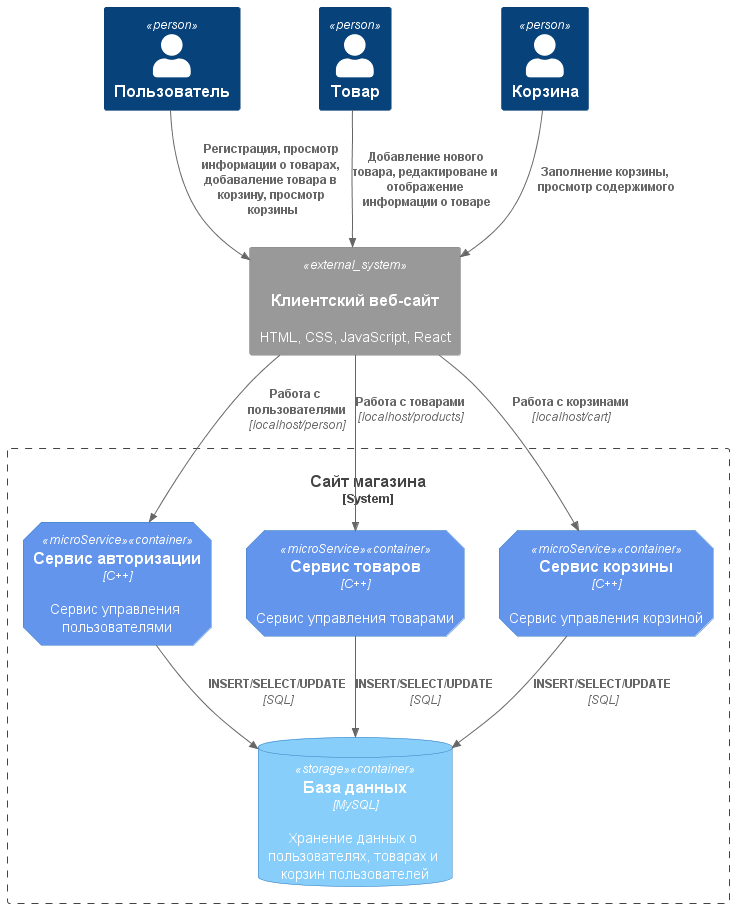
Above: out/components/components_diagram.png in jwtkms/mai_homework_arch (PlantUML), before the change. Source of this version:
```plantuml
@startuml
!include https://raw.githubusercontent.com/plantuml-stdlib/C4-PlantUML/master/C4_Container.puml

AddElementTag("microService", $shape=EightSidedShape(), $bgColor="CornflowerBlue", $fontColor="white", $legendText="microservice")
AddElementTag("storage", $shape=RoundedBoxShape(), $bgColor="lightSkyBlue", $fontColor="white")

Person(user, "Пользователь")
Person(product, "Товар")
Person(cart, "Корзина")


System_Ext(web_site, "Клиентский веб-сайт", "HTML, CSS, JavaScript, React", "Веб-интерфейс")

System_Boundary(conference_site, "Сайт магазина") {
   Container(client_service, "Сервис авторизации", "C++", "Сервис управления пользователями", $tags = "microService")
   Container(products_service, "Сервис товаров", "C++", "Сервис управления товарами", $tags = "microService")
   Container(cart_service, "Сервис корзины", "C++", "Сервис управления корзиной", $tags = "microService")
   ContainerDb(db, "База данных", "MySQL", "Хранение данных о пользователях, товарах и корзин пользователей", $tags = "storage")

}

Rel(user, web_site, "Регистрация, просмотр информации о товарах, добаваление товара в корзину, просмотр корзины")
Rel(product, web_site, "Добавление нового товара, редактироване и отображение информации о товаре")
Rel(cart, web_site, "Заполнение корзины, просмотр содержимого")



Rel(web_site, client_service, "Работа с пользователями", "localhost/person")
Rel(client_service, db, "INSERT/SELECT/UPDATE", "SQL")

Rel(web_site, products_service, "Работа с товарами", "localhost/products")
Rel(products_service, db, "INSERT/SELECT/UPDATE", "SQL")

Rel(web_site, cart_service, "Работа с корзинами", "localhost/cart")
Rel(cart_service, db, "INSERT/SELECT/UPDATE", "SQL")

@enduml
```
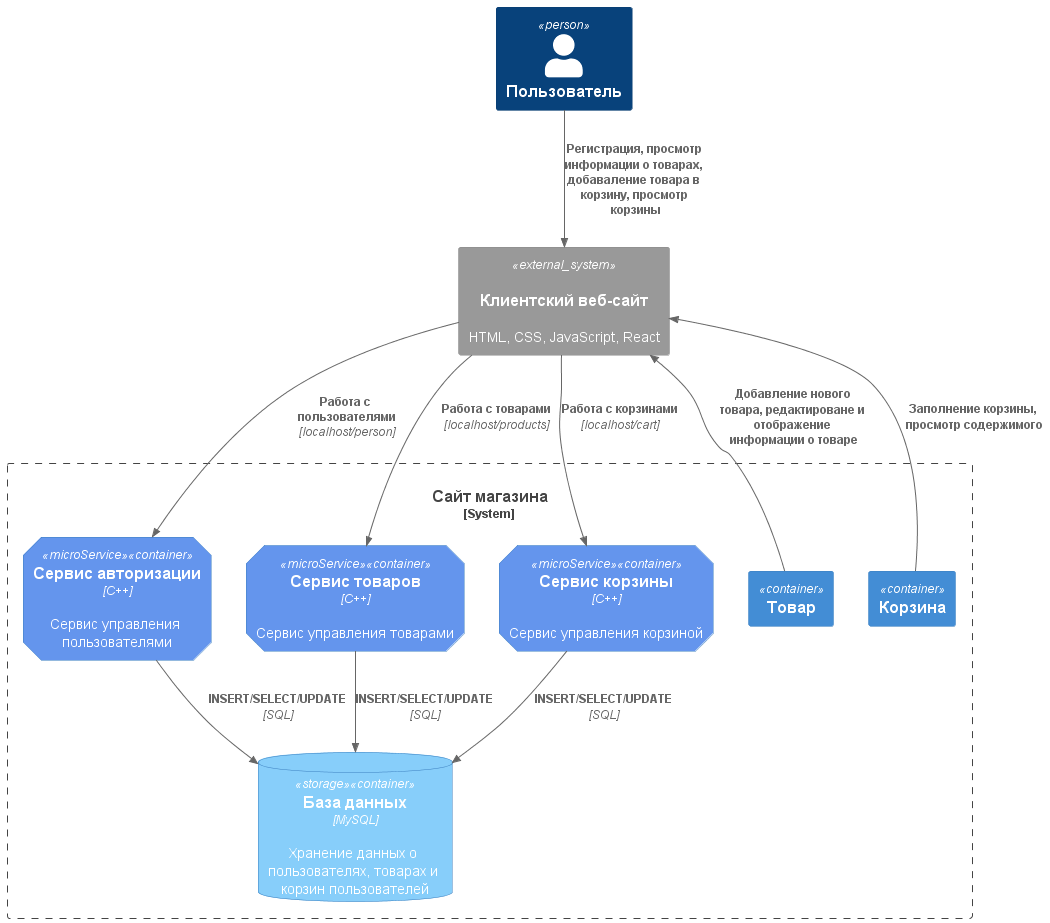
Above is the later version.

Diff of the diagram source:
```diff
@@ -5,8 +5,7 @@
 AddElementTag("storage", $shape=RoundedBoxShape(), $bgColor="lightSkyBlue", $fontColor="white")
 
 Person(user, "Пользователь")
-Person(product, "Товар")
-Person(cart, "Корзина")
+
 
 
 System_Ext(web_site, "Клиентский веб-сайт", "HTML, CSS, JavaScript, React", "Веб-интерфейс")
@@ -16,7 +15,8 @@
    Container(products_service, "Сервис товаров", "C++", "Сервис управления товарами", $tags = "microService")
    Container(cart_service, "Сервис корзины", "C++", "Сервис управления корзиной", $tags = "microService")
    ContainerDb(db, "База данных", "MySQL", "Хранение данных о пользователях, товарах и корзин пользователей", $tags = "storage")
-
+   Container(product, "Товар")
+   Container(cart, "Корзина")
 }
 
 Rel(user, web_site, "Регистрация, просмотр информации о товарах, добаваление товара в корзину, просмотр корзины")
```
